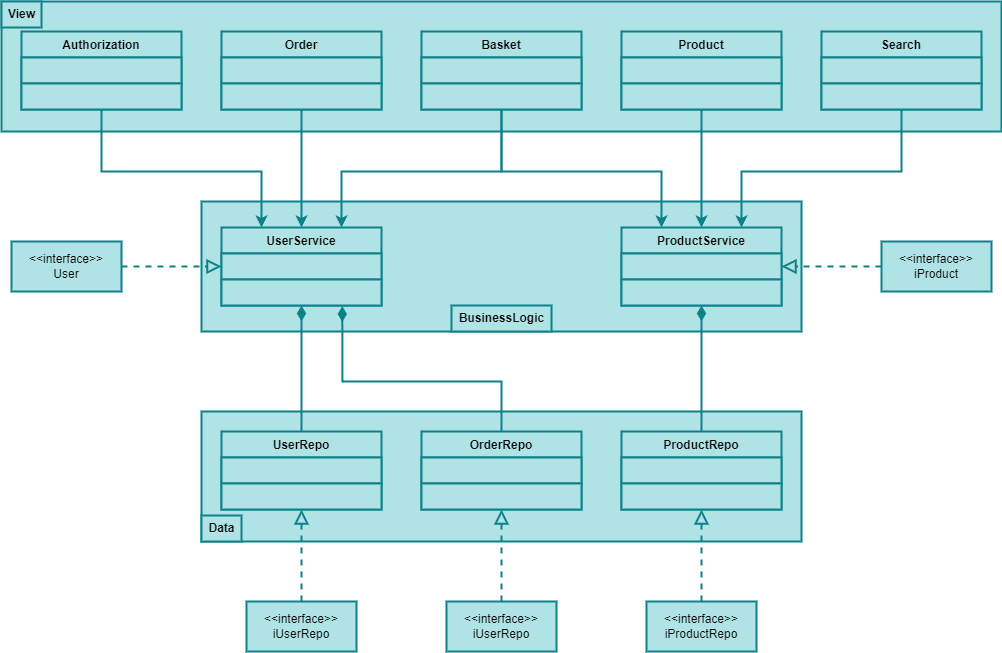
Before: hw05/UML.png, a diagram exported from draw.io (PavelVolchenko/SoftwareArchitecture). Source tidied: cells renumbered, new cells last; positions are measured from the earlier drawing's top-left corner, leaving out a move shared by most shapes.
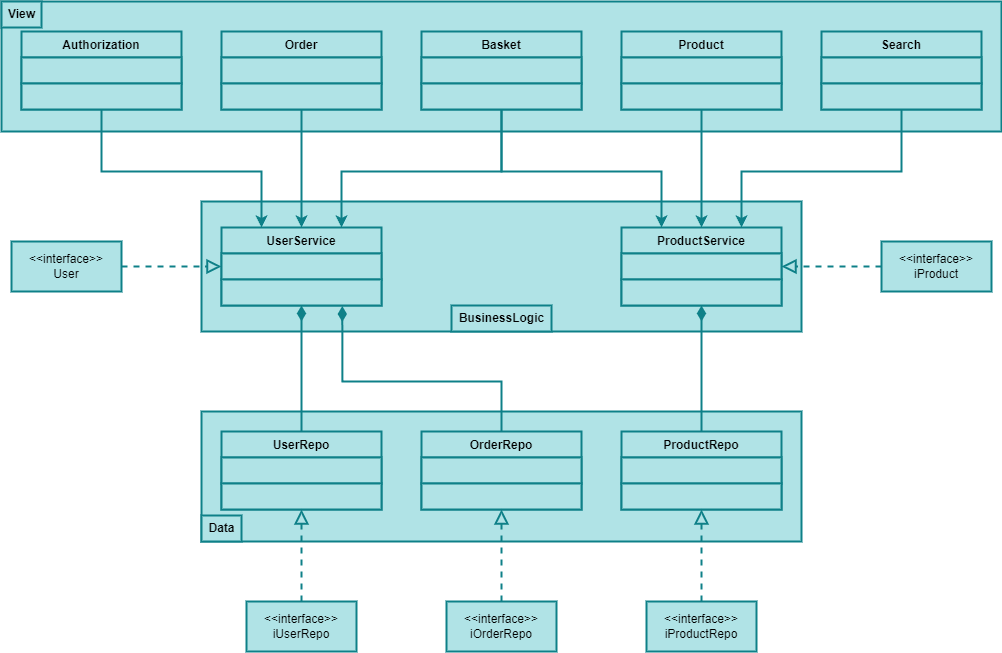
The same diagram one commit later.

Change to the diagram source:
```diff
@@ -189,7 +189,7 @@
     <mxCell id="55" style="edgeStyle=orthogonalEdgeStyle;rounded=0;jettySize=auto;html=1;entryX=0.5;entryY=1;entryDx=0;entryDy=0;strokeWidth=2;endArrow=block;endFill=0;dashed=1;endSize=10;fillColor=#b0e3e6;strokeColor=#0e8088;" parent="1" edge="1" source="56" target="43">
       <mxGeometry relative="1" as="geometry" />
     </mxCell>
-    <mxCell id="56" value="&amp;lt;&amp;lt;interface&amp;gt;&amp;gt;&lt;br&gt;iUserRepo" style="html=1;whiteSpace=wrap;fillColor=#b0e3e6;strokeColor=#0e8088;strokeWidth=2;" parent="1" vertex="1">
+    <mxCell id="56" value="&amp;lt;&amp;lt;interface&amp;gt;&amp;gt;&lt;br&gt;iOrderRepo" style="html=1;whiteSpace=wrap;fillColor=#b0e3e6;strokeColor=#0e8088;strokeWidth=2;" parent="1" vertex="1">
       <mxGeometry x="445" y="600" width="110" height="50" as="geometry" />
     </mxCell>
   </root>
```
